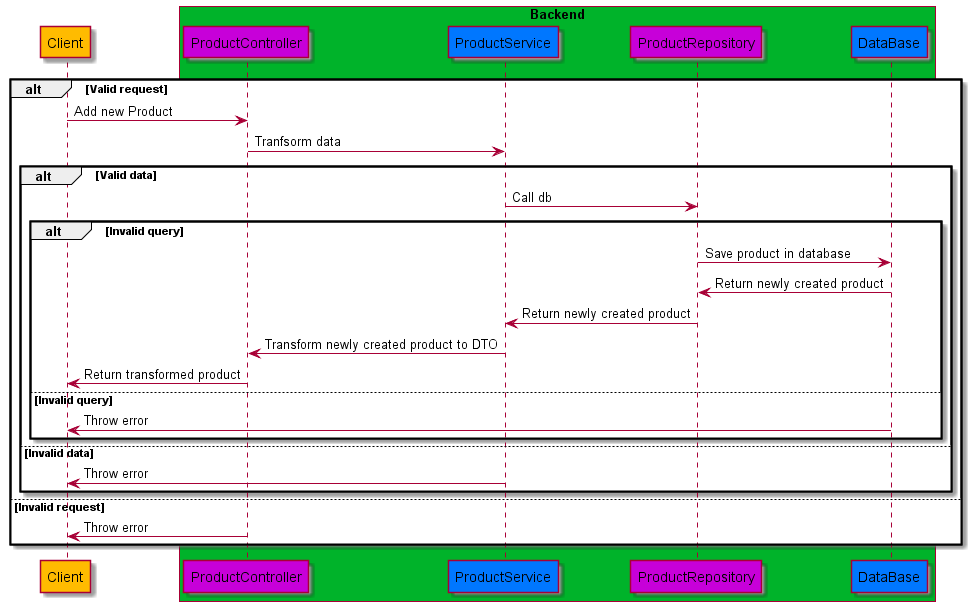
The PlantUML diagram out/diagrams/food/products.sequence/products.sequence.png in DCTRN/foodTrainerBE, before a commit. The source it was exported from:
```plantuml
@startuml
participant Client  #ffbb00

box "Backend" #00b32a
participant ProductController #c700d9
participant ProductService  #0077ff
participant ProductRepository  #c700d9
participant DataBase  #0077ff
end box

alt Valid request

    Client -> ProductController: Add new Product
    ProductController -> ProductService: Tranfsorm data

    alt Valid data

        ProductService -> ProductRepository: Call db
        alt Invalid query

            ProductRepository -> DataBase: Save product in database

            DataBase -> ProductRepository: Return newly created product
            ProductRepository -> ProductService: Return newly created product
            ProductService -> ProductController: Transform newly created product to DTO
            ProductController -> Client: Return transformed product

        else Invalid query
            DataBase -> Client: Throw error
        end

    else Invalid data
        ProductService -> Client: Throw error
    end

else Invalid request
    ProductController -> Client: Throw error
end
@enduml
```
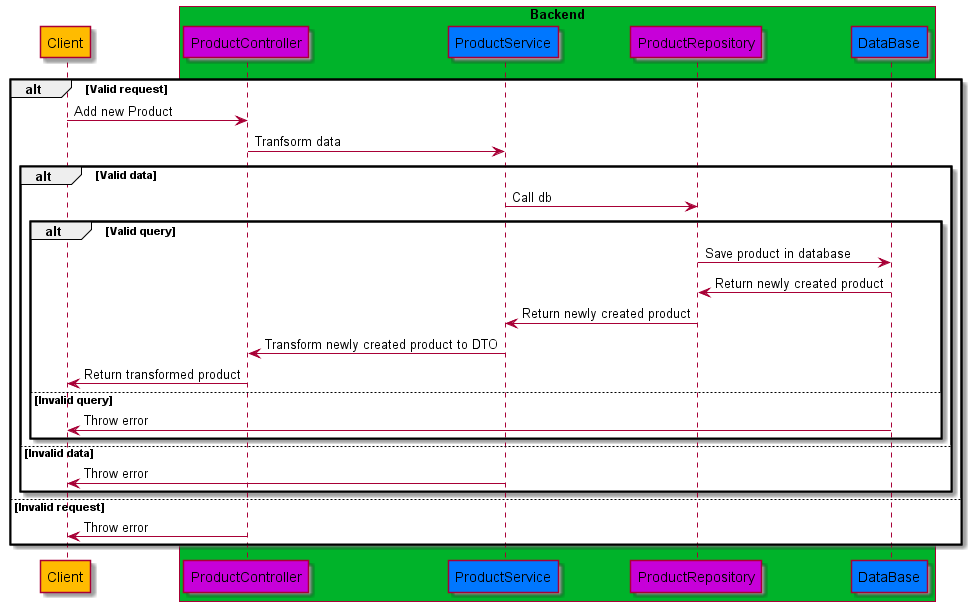
After the commit.

Commit message:
[MP] update diagrams Update diagrams so now they fit to the actual implementation.

Change to the diagram source:
```diff
@@ -16,7 +16,7 @@
     alt Valid data
 
         ProductService -> ProductRepository: Call db
-        alt Invalid query
+        alt Valid query
 
             ProductRepository -> DataBase: Save product in database
 
```
